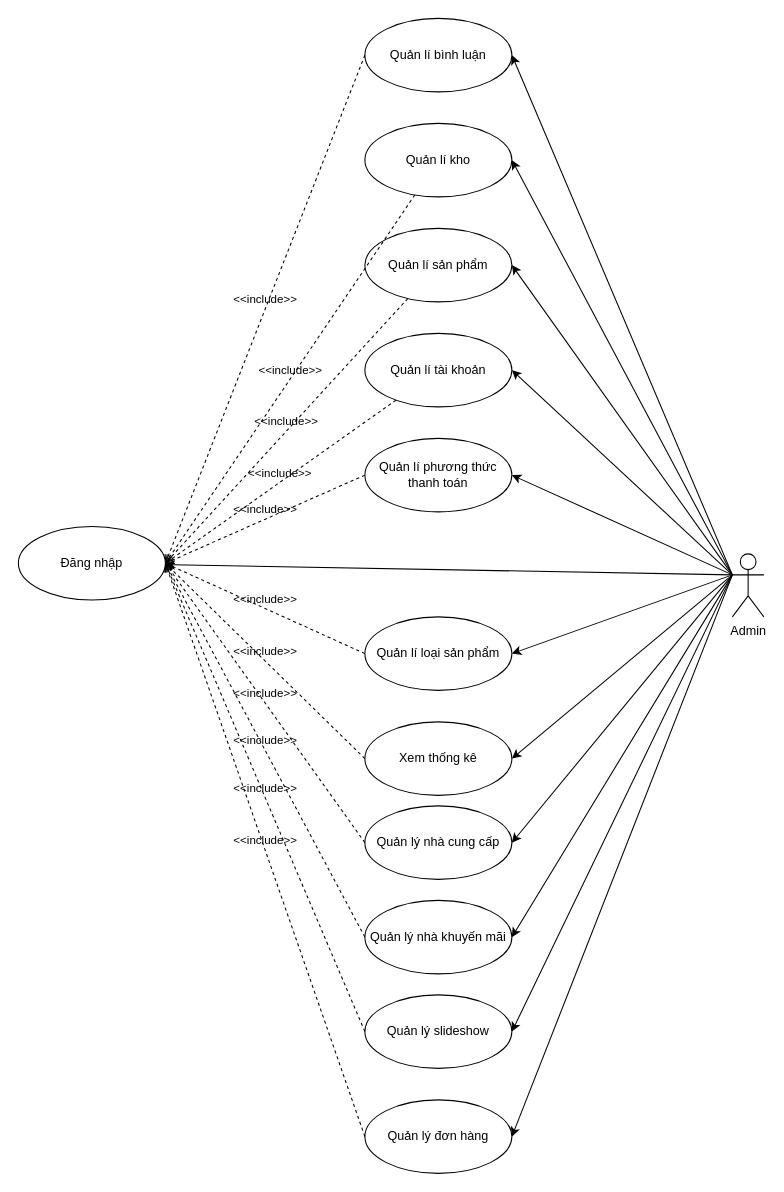
Earlier version of the draw.io diagram Use Case/usecase_admin.drawio (LammVuu/DATT). Source tidied: cells renumbered, new cells numbered last; positions are measured from the earlier drawing's top-left corner, leaving out a move shared by most shapes. Both pictures are drawn from the tidied source at 105%, with x=0, y=0 at pixel (18, 18).
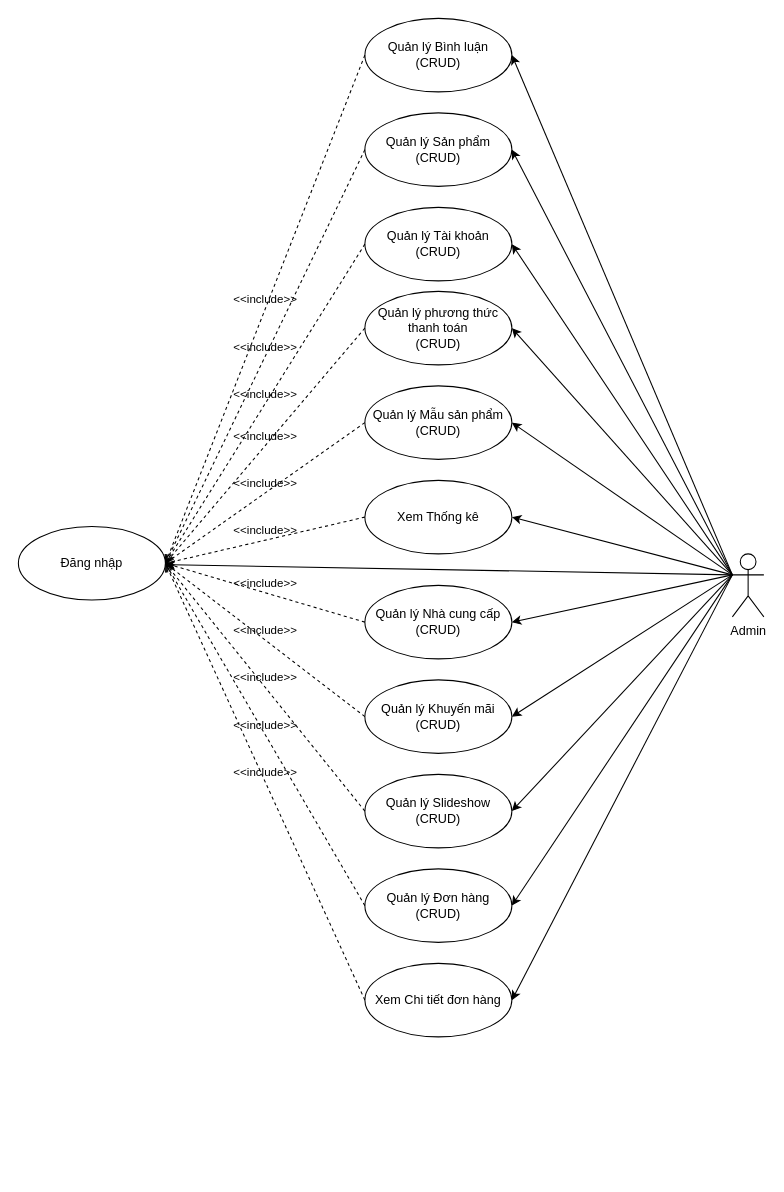
The same diagram, later.

The change refers to these unchanged cells:
```xml
<mxCell id="9" value="Đăng nhập" style="ellipse;whiteSpace=wrap;html=1;" parent="1" vertex="1">
  <mxGeometry y="484" width="140" height="70" as="geometry" />
</mxCell>
<mxCell id="22" value="Admin" style="shape=umlActor;verticalLabelPosition=bottom;verticalAlign=top;html=1;" parent="1" vertex="1">
  <mxGeometry x="680" y="510" width="30" height="60" as="geometry" />
</mxCell>
```

What changed in the source:
```diff
@@
-    <mxCell id="2" value="Quản lí tài khoản" style="ellipse;whiteSpace=wrap;html=1;" parent="1" vertex="1">
-      <mxGeometry x="330" y="300" width="140" height="70" as="geometry" />
+    <mxCell id="2" value="Quản lý Tài khoản&lt;br&gt;(CRUD)" style="ellipse;whiteSpace=wrap;html=1;" parent="1" vertex="1">
+      <mxGeometry x="330" y="180" width="140" height="70" as="geometry" />
     </mxCell>
-    <mxCell id="3" value="Quản lí sản phẩm" style="ellipse;whiteSpace=wrap;html=1;" parent="1" vertex="1">
-      <mxGeometry x="330" y="200" width="140" height="70" as="geometry" />
+    <mxCell id="3" value="Quản lý Sản phẩm&lt;br&gt;(CRUD)" style="ellipse;whiteSpace=wrap;html=1;" parent="1" vertex="1">
+      <mxGeometry x="330" y="90" width="140" height="70" as="geometry" />
     </mxCell>
-    <mxCell id="4" value="Quản lí loại sản phẩm" style="ellipse;whiteSpace=wrap;html=1;" parent="1" vertex="1">
-      <mxGeometry x="330" y="570" width="140" height="70" as="geometry" />
+    <mxCell id="4" value="Quản lý Mẫu sản phẩm&lt;br&gt;(CRUD)" style="ellipse;whiteSpace=wrap;html=1;" parent="1" vertex="1">
+      <mxGeometry x="330" y="350" width="140" height="70" as="geometry" />
     </mxCell>
-    <mxCell id="5" value="Quản lí bình luận" style="ellipse;whiteSpace=wrap;html=1;" parent="1" vertex="1">
+    <mxCell id="5" value="Quản lý Bình luận&lt;br&gt;(CRUD)" style="ellipse;whiteSpace=wrap;html=1;" parent="1" vertex="1">
       <mxGeometry x="330" width="140" height="70" as="geometry" />
     </mxCell>
-    <mxCell id="6" value="Quản lí kho" style="ellipse;whiteSpace=wrap;html=1;" parent="1" vertex="1">
-      <mxGeometry x="330" y="100" width="140" height="70" as="geometry" />
-    </mxCell>
-    <mxCell id="7" value="Quản lí phương thức&lt;br&gt;thanh toán" style="ellipse;whiteSpace=wrap;html=1;" parent="1" vertex="1">
-      <mxGeometry x="330" y="400" width="140" height="70" as="geometry" />
+    <mxCell id="7" value="Quản lý phương thức&lt;br&gt;thanh toán&lt;br&gt;(CRUD)" style="ellipse;whiteSpace=wrap;html=1;" parent="1" vertex="1">
+      <mxGeometry x="330" y="260" width="140" height="70" as="geometry" />
     </mxCell>
-    <mxCell id="8" value="Xem thống kê" style="ellipse;whiteSpace=wrap;html=1;" parent="1" vertex="1">
-      <mxGeometry x="330" y="670" width="140" height="70" as="geometry" />
+    <mxCell id="8" value="Xem Thống kê" style="ellipse;whiteSpace=wrap;html=1;" parent="1" vertex="1">
+      <mxGeometry x="330" y="440" width="140" height="70" as="geometry" />
     </mxCell>
@@
-    <mxCell id="10" style="edgeStyle=none;rounded=0;jettySize=auto;html=1;exitX=0;exitY=0.3333333333333333;exitDx=0;exitDy=0;exitPerimeter=0;entryX=1;entryY=0.5;entryDx=0;entryDy=0;" parent="1" edge="1" source="22" target="6">
-      <mxGeometry relative="1" as="geometry" />
-    </mxCell>
@@
-    <mxCell id="24" value="&amp;lt;&amp;lt;include&amp;gt;&amp;gt;" style="html=1;verticalAlign=bottom;labelBackgroundColor=none;endArrow=open;endFill=0;dashed=1;entryX=1;entryY=0.5;entryDx=0;entryDy=0;" parent="1" edge="1" source="6" target="9">
-      <mxGeometry relative="1" as="geometry" />
-    </mxCell>
-    <mxCell id="25" value="&amp;lt;&amp;lt;include&amp;gt;&amp;gt;" style="html=1;verticalAlign=bottom;labelBackgroundColor=none;endArrow=open;endFill=0;dashed=1;entryX=1;entryY=0.5;entryDx=0;entryDy=0;" parent="1" edge="1" source="3" target="9">
+    <mxCell id="25" value="&amp;lt;&amp;lt;include&amp;gt;&amp;gt;" style="html=1;verticalAlign=bottom;labelBackgroundColor=none;endArrow=open;endFill=0;dashed=1;entryX=1;entryY=0.5;entryDx=0;entryDy=0;exitX=0;exitY=0.5;exitDx=0;exitDy=0;" parent="1" edge="1" source="3" target="9">
       <mxGeometry relative="1" as="geometry" />
     </mxCell>
-    <mxCell id="26" value="&amp;lt;&amp;lt;include&amp;gt;&amp;gt;" style="html=1;verticalAlign=bottom;labelBackgroundColor=none;endArrow=open;endFill=0;dashed=1;entryX=1;entryY=0.5;entryDx=0;entryDy=0;" parent="1" edge="1" source="2" target="9">
+    <mxCell id="26" value="&amp;lt;&amp;lt;include&amp;gt;&amp;gt;" style="html=1;verticalAlign=bottom;labelBackgroundColor=none;endArrow=open;endFill=0;dashed=1;entryX=1;entryY=0.5;entryDx=0;entryDy=0;exitX=0;exitY=0.5;exitDx=0;exitDy=0;" parent="1" edge="1" source="2" target="9">
       <mxGeometry relative="1" as="geometry" />
     </mxCell>
@@
-    <mxCell id="30" value="Quản lý nhà cung cấp" style="ellipse;whiteSpace=wrap;html=1;" parent="1" vertex="1">
-      <mxGeometry x="330" y="750" width="140" height="70" as="geometry" />
+    <mxCell id="30" value="Quản lý Nhà cung cấp&lt;br&gt;(CRUD)" style="ellipse;whiteSpace=wrap;html=1;" parent="1" vertex="1">
+      <mxGeometry x="330" y="540" width="140" height="70" as="geometry" />
     </mxCell>
-    <mxCell id="31" value="Quản lý nhà khuyến mãi" style="ellipse;whiteSpace=wrap;html=1;" parent="1" vertex="1">
-      <mxGeometry x="330" y="840" width="140" height="70" as="geometry" />
+    <mxCell id="31" value="Quản lý Khuyến mãi&lt;br&gt;(CRUD)" style="ellipse;whiteSpace=wrap;html=1;" parent="1" vertex="1">
+      <mxGeometry x="330" y="630" width="140" height="70" as="geometry" />
     </mxCell>
-    <mxCell id="32" value="Quản lý slideshow" style="ellipse;whiteSpace=wrap;html=1;" parent="1" vertex="1">
-      <mxGeometry x="330" y="930" width="140" height="70" as="geometry" />
+    <mxCell id="32" value="Quản lý Slideshow&lt;br&gt;(CRUD)" style="ellipse;whiteSpace=wrap;html=1;" parent="1" vertex="1">
+      <mxGeometry x="330" y="720" width="140" height="70" as="geometry" />
     </mxCell>
-    <mxCell id="33" value="Quản lý đơn hàng" style="ellipse;whiteSpace=wrap;html=1;" parent="1" vertex="1">
-      <mxGeometry x="330" y="1030" width="140" height="70" as="geometry" />
+    <mxCell id="33" value="Quản lý Đơn hàng&lt;br&gt;(CRUD)" style="ellipse;whiteSpace=wrap;html=1;" parent="1" vertex="1">
+      <mxGeometry x="330" y="810" width="140" height="70" as="geometry" />
     </mxCell>
@@
+    <mxCell id="38" style="edgeStyle=none;rounded=0;jettySize=auto;html=1;entryX=1;entryY=0.5;entryDx=0;entryDy=0;exitX=0;exitY=0.3333333333333333;exitDx=0;exitDy=0;exitPerimeter=0;" parent="1" edge="1" source="22" target="39">
+      <mxGeometry relative="1" as="geometry" />
+    </mxCell>
+    <mxCell id="39" value="Xem Chi tiết đơn hàng" style="ellipse;whiteSpace=wrap;html=1;" parent="1" vertex="1">
+      <mxGeometry x="330" y="900" width="140" height="70" as="geometry" />
+    </mxCell>
+    <mxCell id="24" value="&amp;lt;&amp;lt;include&amp;gt;&amp;gt;" style="html=1;verticalAlign=bottom;labelBackgroundColor=none;endArrow=open;endFill=0;dashed=1;exitX=0;exitY=0.5;exitDx=0;exitDy=0;entryX=1;entryY=0.5;entryDx=0;entryDy=0;" parent="1" edge="1" source="39" target="9">
+      <mxGeometry relative="1" as="geometry" />
+    </mxCell>
```
